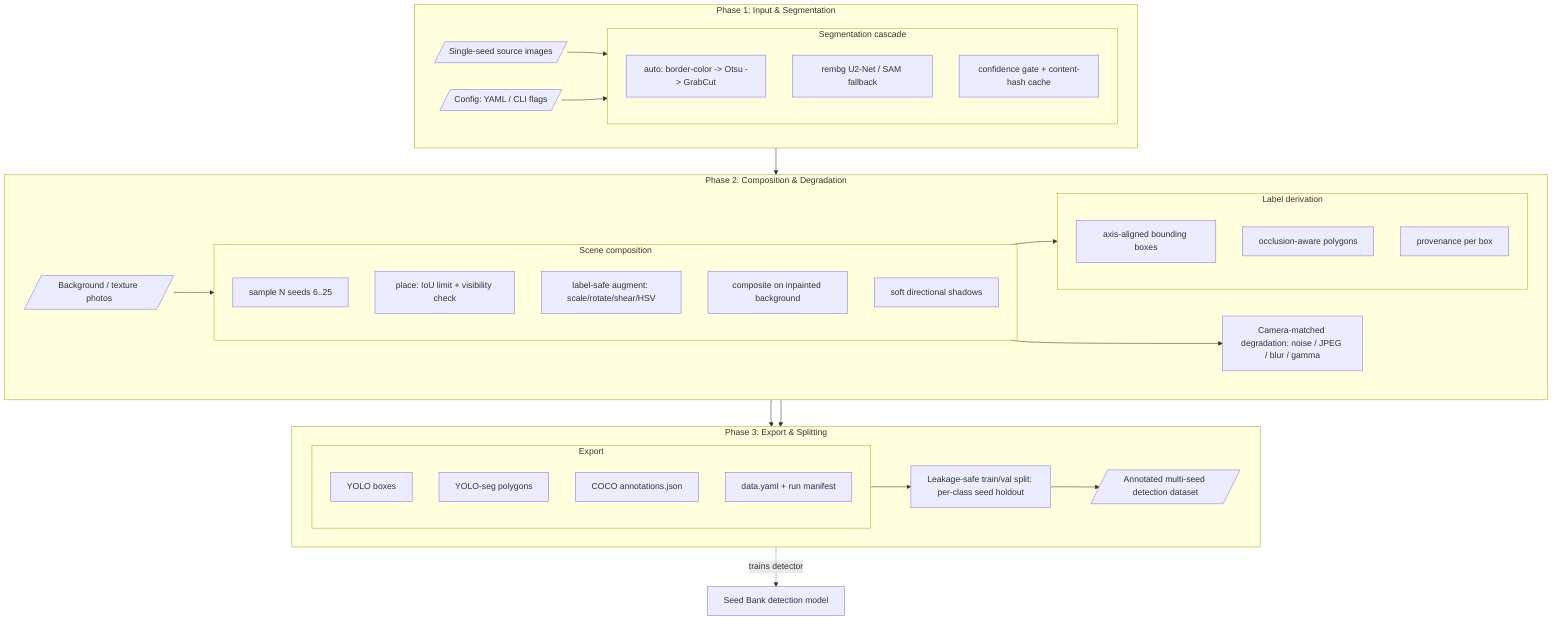
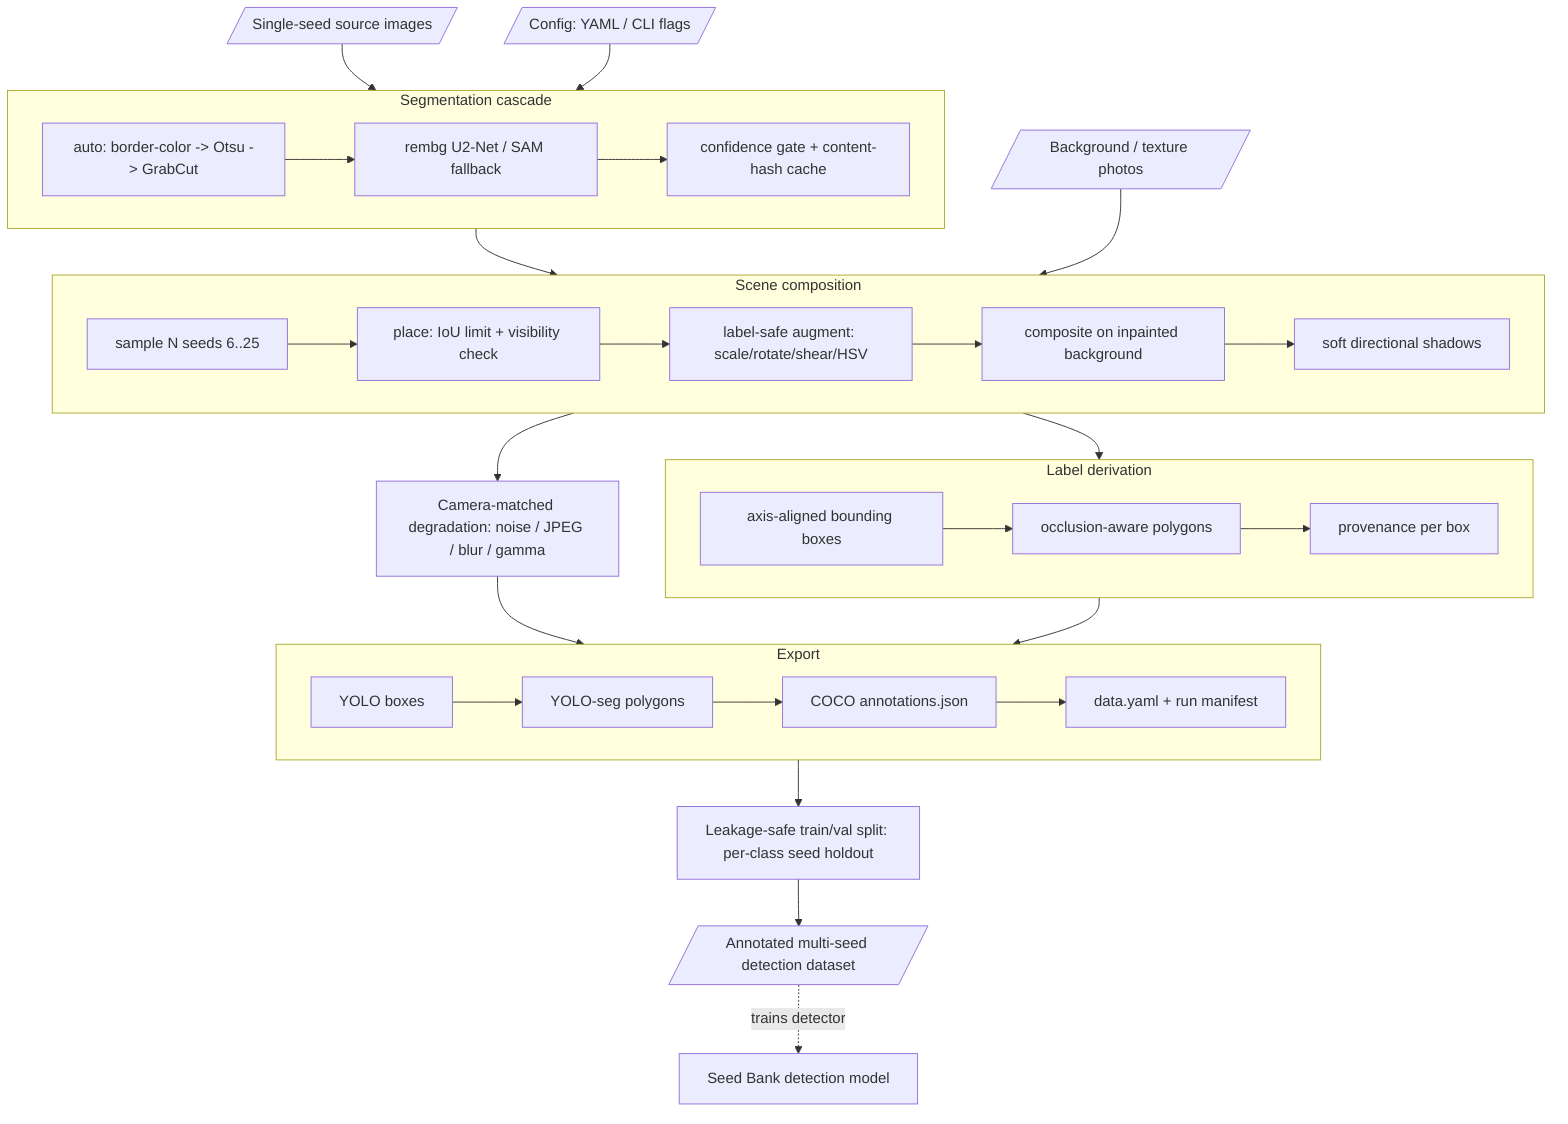
- flowchart TB
-     subgraph R1["Phase 1: Input & Segmentation"]
+ flowchart TD
+     src[/Single-seed source images/]
+     cfg[/Config: YAML / CLI flags/]
+     tex[/Background / texture photos/]
+ 
+     subgraph SEG[Segmentation cascade]
        direction LR
-         src[/Single-seed source images/]
-         cfg[/Config: YAML / CLI flags/]
-         subgraph SEG[Segmentation cascade]
-             direction TB
-             s1[auto: border-color -> Otsu -> GrabCut]
-             s2[rembg U2-Net / SAM fallback]
-             s3[confidence gate + content-hash cache]
-         end
-         src --> SEG
-         cfg --> SEG
+         s1[auto: border-color -> Otsu -> GrabCut] --> s2[rembg U2-Net / SAM fallback]
+         s2 --> s3[confidence gate + content-hash cache]
    end

-     subgraph R2["Phase 2: Composition & Degradation"]
+     subgraph COMP[Scene composition]
        direction LR
-         tex[/Background / texture photos/]
-         subgraph COMP[Scene composition]
-             direction TB
-             c1[sample N seeds 6..25]
-             c2[place: IoU limit + visibility check]
-             c3[label-safe augment: scale/rotate/shear/HSV]
-             c4[composite on inpainted background]
-             c5[soft directional shadows]
-         end
-         subgraph LBL[Label derivation]
-             direction TB
-             l1[axis-aligned bounding boxes]
-             l2[occlusion-aware polygons]
-             l3[provenance per box]
-         end
-         deg[Camera-matched degradation: noise / JPEG / blur / gamma]
-         tex --> COMP
-         COMP --> LBL
-         COMP --> deg
+         c1[sample N seeds 6..25] --> c2[place: IoU limit + visibility check]
+         c2 --> c3[label-safe augment: scale/rotate/shear/HSV]
+         c3 --> c4[composite on inpainted background]
+         c4 --> c5[soft directional shadows]
    end

-     subgraph R3["Phase 3: Export & Splitting"]
+     subgraph LBL[Label derivation]
        direction LR
-         subgraph EXP[Export]
-             direction TB
-             e1[YOLO boxes]
-             e2[YOLO-seg polygons]
-             e3[COCO annotations.json]
-             e4[data.yaml + run manifest]
-         end
-         split[Leakage-safe train/val split: per-class seed holdout]
-         out[/Annotated multi-seed detection dataset/]
-         EXP --> split
-         split --> out
+         l1[axis-aligned bounding boxes] --> l2[occlusion-aware polygons]
+         l2 --> l3[provenance per box]
    end

+     deg[Camera-matched degradation: noise / JPEG / blur / gamma]
+ 
+     subgraph EXP[Export]
+         direction LR
+         e1[YOLO boxes] --> e2[YOLO-seg polygons]
+         e2 --> e3[COCO annotations.json]
+         e3 --> e4[data.yaml + run manifest]
+     end
+ 
+     split[Leakage-safe train/val split: per-class seed holdout]
+     out[/Annotated multi-seed detection dataset/]
+     seedbank[Seed Bank detection model]
+ 
+     src --> SEG
+     cfg --> SEG
    SEG --> COMP
+     tex --> COMP
+     COMP --> LBL
+     COMP --> deg
+     deg --> EXP
    LBL --> EXP
-     deg --> EXP
-     out -.->|trains detector| seedbank[Seed Bank detection model]
+     EXP --> split
+     split --> out
+     out -.->|trains detector| seedbank
